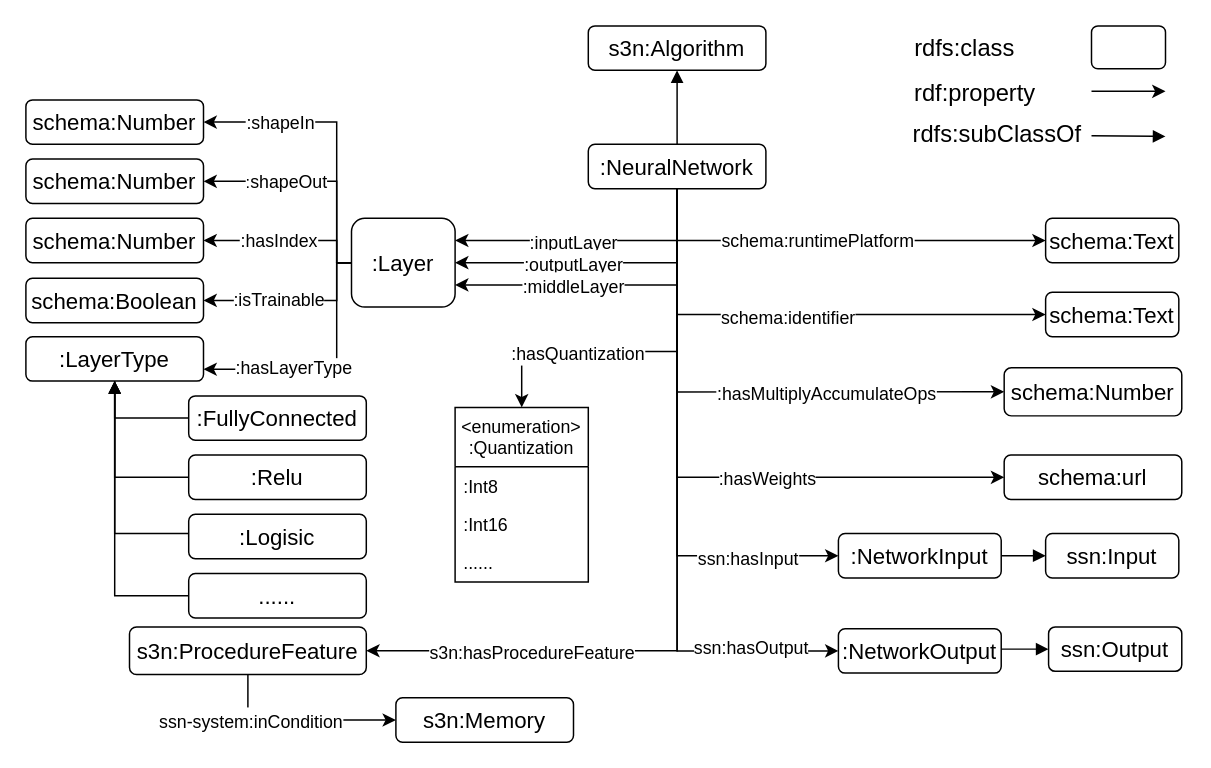
Haoyu-R/appendix keeps this draw.io diagram as Untitled Diagram 1.drawio. Above is the earlier version. Source tidied: cells renumbered, new cells numbered last; positions are measured from the earlier drawing's top-left corner, leaving out a move shared by most shapes. Both pictures are drawn from the tidied source at 148%, with x=0, y=0 at pixel (25, 25).
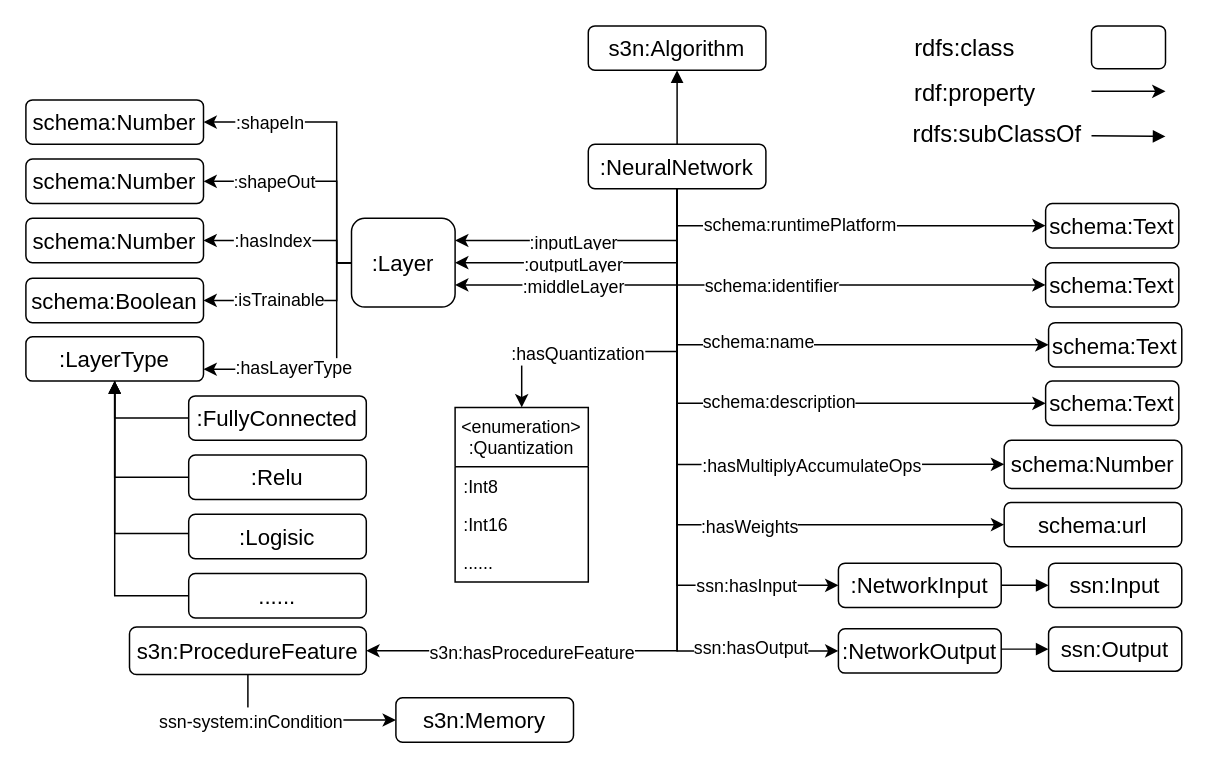
After the change.

The change refers to these unchanged cells:
```xml
<mxCell id="11" style="edgeStyle=orthogonalEdgeStyle;rounded=0;jettySize=auto;html=1;exitX=0.5;exitY=1;exitDx=0;exitDy=0;entryX=0;entryY=0.5;entryDx=0;entryDy=0;" parent="1" edge="1" source="19" target="38">
  <mxGeometry relative="1" as="geometry" />
</mxCell>
<mxCell id="15" style="edgeStyle=orthogonalEdgeStyle;rounded=0;jettySize=auto;html=1;exitX=0.5;exitY=1;exitDx=0;exitDy=0;entryX=0;entryY=0.5;entryDx=0;entryDy=0;" parent="1" edge="1" source="19" target="63">
  <mxGeometry relative="1" as="geometry" />
</mxCell>
<mxCell id="17" style="edgeStyle=orthogonalEdgeStyle;rounded=0;jettySize=auto;html=1;exitX=0.5;exitY=1;exitDx=0;exitDy=0;entryX=0;entryY=0.5;entryDx=0;entryDy=0;fontSize=16;" parent="1" edge="1" source="19" target="67">
  <mxGeometry relative="1" as="geometry" />
</mxCell>
<mxCell id="19" value=":NeuralNetwork" style="rounded=1;whiteSpace=wrap;html=1;fontSize=15;" parent="1" vertex="1">
  <mxGeometry x="380" y="80" width="120" height="30" as="geometry" />
</mxCell>
<mxCell id="21" style="edgeStyle=orthogonalEdgeStyle;rounded=0;jettySize=auto;html=1;exitX=0;exitY=0.5;exitDx=0;exitDy=0;entryX=1;entryY=0.5;entryDx=0;entryDy=0;" parent="1" edge="1" source="23" target="64">
  <mxGeometry relative="1" as="geometry">
    <Array as="points">
      <mxPoint x="210" y="160" />
      <mxPoint x="210" y="145" />
    </Array>
  </mxGeometry>
</mxCell>
<mxCell id="41" style="edgeStyle=orthogonalEdgeStyle;rounded=0;jettySize=auto;html=1;exitX=0;exitY=0.5;exitDx=0;exitDy=0;entryX=1;entryY=0.5;entryDx=0;entryDy=0;" parent="1" edge="1" target="49">
  <mxGeometry relative="1" as="geometry">
    <mxPoint x="220" y="160" as="sourcePoint" />
    <Array as="points">
      <mxPoint x="210" y="160" />
      <mxPoint x="210" y="65" />
    </Array>
  </mxGeometry>
</mxCell>
<mxCell id="43" style="edgeStyle=orthogonalEdgeStyle;rounded=0;jettySize=auto;html=1;exitX=0;exitY=0.5;exitDx=0;exitDy=0;entryX=1;entryY=0.5;entryDx=0;entryDy=0;" parent="1" edge="1" target="50">
  <mxGeometry x="0.54" relative="1" as="geometry">
    <mxPoint x="220" y="160" as="sourcePoint" />
    <Array as="points">
      <mxPoint x="210" y="160" />
      <mxPoint x="210" y="105" />
    </Array>
  </mxGeometry>
</mxCell>
```

Diff of the diagram source:
```diff
@@
     <mxCell id="7" value="&lt;font style=&quot;font-size: 12px&quot;&gt;:hasMultiplyAccumulateOps&lt;/font&gt;" style="edgeStyle=orthogonalEdgeStyle;rounded=0;jettySize=auto;html=1;exitX=0.5;exitY=1;exitDx=0;exitDy=0;entryX=0;entryY=0.5;entryDx=0;entryDy=0;fontSize=15;" parent="1" edge="1" source="19" target="24">
-      <mxGeometry x="0.33" relative="1" as="geometry" />
+      <mxGeometry x="0.36" relative="1" as="geometry" />
     </mxCell>
@@
     <mxCell id="12" value="&lt;font style=&quot;font-size: 12px&quot;&gt;ssn:hasInput&lt;/font&gt;" style="edgeLabel;html=1;align=center;verticalAlign=middle;" parent="11" vertex="1">
-      <mxGeometry x="0.65" y="-2" relative="1" as="geometry" />
+      <mxGeometry x="0.65" y="-2" relative="1" as="geometry">
+        <mxPoint x="3" y="-2" as="offset" />
+      </mxGeometry>
     </mxCell>
@@
     <mxCell id="16" value="&lt;font style=&quot;font-size: 12px&quot;&gt;schema:runtimePlatform &lt;/font&gt;" style="edgeLabel;html=1;align=center;verticalAlign=middle;" parent="15" vertex="1">
       <mxGeometry x="0.03" relative="1" as="geometry">
-        <mxPoint x="-17" as="offset" />
+        <mxPoint x="-34" y="-1" as="offset" />
       </mxGeometry>
     </mxCell>
@@
     <mxCell id="18" value="&lt;font style=&quot;font-size: 12px&quot;&gt;schema:identifier &lt;/font&gt;" style="edgeLabel;html=1;align=center;verticalAlign=middle;fontSize=16;" parent="17" vertex="1">
       <mxGeometry x="0.17" relative="1" as="geometry">
-        <mxPoint x="-36" as="offset" />
+        <mxPoint x="-56" y="-2" as="offset" />
       </mxGeometry>
     </mxCell>
+    <mxCell id="68" style="edgeStyle=orthogonalEdgeStyle;rounded=0;jettySize=auto;html=1;exitX=0.5;exitY=1;exitDx=0;exitDy=0;entryX=0;entryY=0.5;entryDx=0;entryDy=0;" parent="1" edge="1" source="19" target="72">
+      <mxGeometry relative="1" as="geometry" />
+    </mxCell>
+    <mxCell id="69" value="&lt;font style=&quot;font-size: 12px&quot;&gt;schema:name &lt;/font&gt;" style="edgeLabel;html=1;align=center;verticalAlign=middle;" parent="68" vertex="1">
+      <mxGeometry x="-0.02" y="2" relative="1" as="geometry">
+        <mxPoint x="-15" as="offset" />
+      </mxGeometry>
+    </mxCell>
+    <mxCell id="70" style="edgeStyle=orthogonalEdgeStyle;rounded=0;jettySize=auto;html=1;exitX=0.5;exitY=1;exitDx=0;exitDy=0;entryX=0;entryY=0.5;entryDx=0;entryDy=0;" parent="1" edge="1" source="19" target="73">
+      <mxGeometry relative="1" as="geometry" />
+    </mxCell>
+    <mxCell id="71" value="&lt;font style=&quot;font-size: 12px&quot;&gt;schema:description &lt;/font&gt;" style="edgeLabel;html=1;align=center;verticalAlign=middle;" parent="70" vertex="1">
+      <mxGeometry x="0.08" y="1" relative="1" as="geometry" />
+    </mxCell>
@@
     <mxCell id="20" value="schema:url" style="rounded=1;whiteSpace=wrap;html=1;fontSize=15;" parent="1" vertex="1">
-      <mxGeometry x="661" y="290" width="120" height="30" as="geometry" />
+      <mxGeometry x="661" y="322" width="120" height="30" as="geometry" />
     </mxCell>
@@
     <mxCell id="22" value="&lt;font style=&quot;font-size: 12px&quot;&gt;:hasIndex&lt;/font&gt;" style="edgeLabel;html=1;align=center;verticalAlign=middle;" parent="21" vertex="1">
       <mxGeometry x="0.24" relative="1" as="geometry">
-        <mxPoint x="6" as="offset" />
+        <mxPoint x="2" as="offset" />
       </mxGeometry>
     </mxCell>
@@
     <mxCell id="24" value="schema:Number" style="rounded=1;whiteSpace=wrap;html=1;fontSize=15;" parent="1" vertex="1">
-      <mxGeometry x="661" y="231" width="120" height="32.5" as="geometry" />
+      <mxGeometry x="661" y="280" width="120" height="32.5" as="geometry" />
     </mxCell>
@@
     <mxCell id="35" value="ssn:Input" style="rounded=1;whiteSpace=wrap;html=1;fontSize=15;" parent="1" vertex="1">
-      <mxGeometry x="689" y="343" width="90" height="30" as="geometry" />
+      <mxGeometry x="691" y="363" width="90" height="30" as="geometry" />
     </mxCell>
@@
     <mxCell id="38" value=":NetworkInput" style="rounded=1;whiteSpace=wrap;html=1;fontSize=15;" parent="1" vertex="1">
-      <mxGeometry x="549" y="343" width="110" height="30" as="geometry" />
+      <mxGeometry x="549" y="363" width="110" height="30" as="geometry" />
     </mxCell>
@@
     <mxCell id="42" value="&lt;font style=&quot;font-size: 12px&quot;&gt;:shapeIn&lt;/font&gt;" style="edgeLabel;html=1;align=center;verticalAlign=middle;" parent="41" vertex="1">
       <mxGeometry x="0.41" relative="1" as="geometry">
-        <mxPoint x="-7" as="offset" />
+        <mxPoint x="-14" as="offset" />
       </mxGeometry>
     </mxCell>
@@
     <mxCell id="44" value=":&lt;font style=&quot;font-size: 12px&quot;&gt;shapeOut&lt;/font&gt;" style="edgeLabel;html=1;align=center;verticalAlign=middle;" parent="43" vertex="1">
-      <mxGeometry x="0.29" relative="1" as="geometry" />
+      <mxGeometry x="0.29" relative="1" as="geometry">
+        <mxPoint x="-8" as="offset" />
+      </mxGeometry>
     </mxCell>
@@
     <mxCell id="63" value="schema:Text" style="rounded=1;whiteSpace=wrap;html=1;fontSize=15;" parent="1" vertex="1">
-      <mxGeometry x="689" y="130" width="90" height="30" as="geometry" />
+      <mxGeometry x="689" y="120" width="90" height="30" as="geometry" />
     </mxCell>
@@
     <mxCell id="67" value="schema:Text" style="rounded=1;whiteSpace=wrap;html=1;fontSize=15;" parent="1" vertex="1">
-      <mxGeometry x="689" y="180" width="90" height="30" as="geometry" />
+      <mxGeometry x="689" y="160" width="90" height="30" as="geometry" />
     </mxCell>
+    <mxCell id="72" value="schema:Text" style="rounded=1;whiteSpace=wrap;html=1;fontSize=15;" parent="1" vertex="1">
+      <mxGeometry x="691" y="200.5" width="90" height="30" as="geometry" />
+    </mxCell>
+    <mxCell id="73" value="schema:Text" style="rounded=1;whiteSpace=wrap;html=1;fontSize=15;" parent="1" vertex="1">
+      <mxGeometry x="689" y="240" width="90" height="30" as="geometry" />
+    </mxCell>
```
